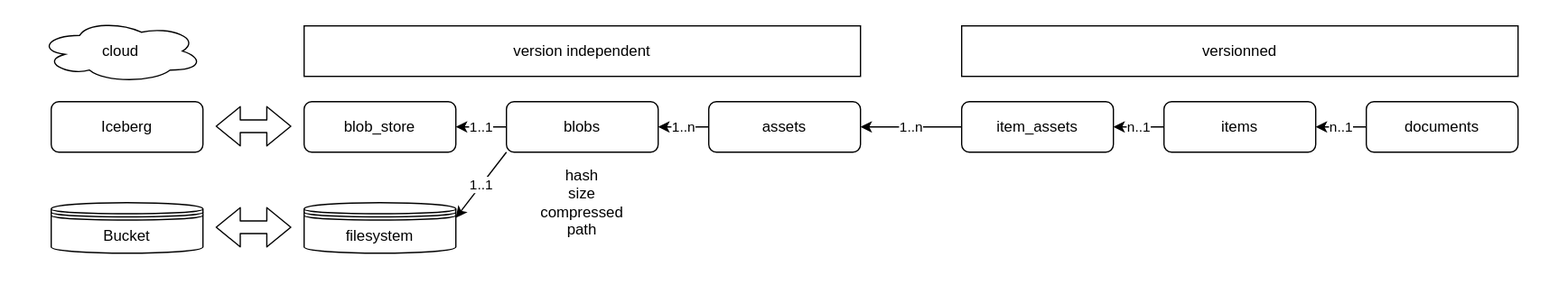
Before: design.drawio.svg, a diagram exported from draw.io (MicroWebStacks/content-structure). Source tidied: cells renumbered, new cells last; positions are measured from the earlier drawing's top-left corner, leaving out a move shared by most shapes.
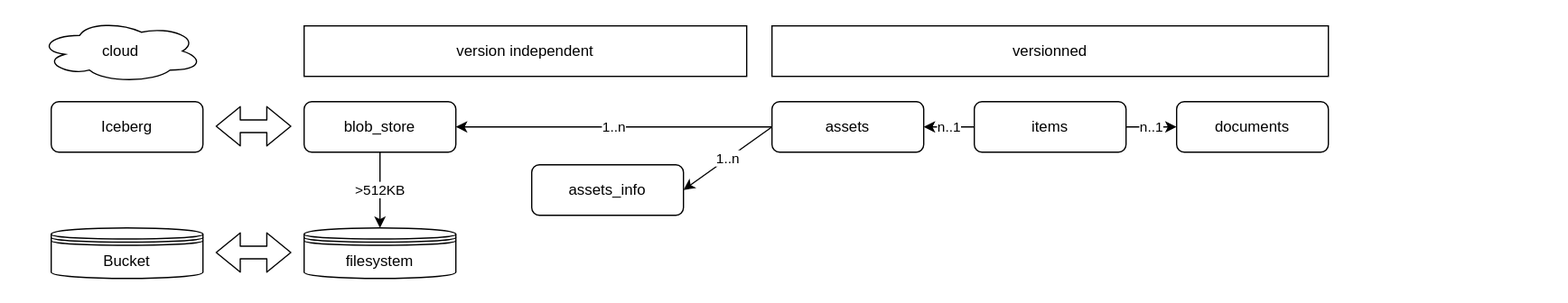
Later version of the same file.

Commit message:
feat: update package version and dependencies; refactor database item UID generation

The edit, as a diff of the source:
```diff
@@ -5,35 +5,29 @@
     <mxCell id="2" style="rounded=0;whiteSpace=wrap;html=1;strokeColor=none;" parent="1" vertex="1">
       <mxGeometry width="1240" height="240" as="geometry" />
     </mxCell>
-    <mxCell id="3" value="1..1" style="edgeStyle=none;html=1;exitX=0;exitY=0.5;exitDx=0;exitDy=0;entryX=1;entryY=0.5;entryDx=0;entryDy=0;" parent="1" edge="1" source="5" target="9">
+    <mxCell id="3" value="1..n" style="edgeStyle=none;html=1;exitX=0;exitY=0.5;exitDx=0;exitDy=0;entryX=1;entryY=0.5;entryDx=0;entryDy=0;" parent="1" edge="1" source="21" target="9">
       <mxGeometry relative="1" as="geometry" />
     </mxCell>
-    <mxCell id="4" value="1..1" style="edgeStyle=none;html=1;exitX=0;exitY=1;exitDx=0;exitDy=0;entryX=1;entryY=0.3;entryDx=0;entryDy=0;" parent="1" edge="1" source="5" target="10">
-      <mxGeometry relative="1" as="geometry" />
-    </mxCell>
-    <mxCell id="5" value="blobs" style="rounded=1;whiteSpace=wrap;html=1;" parent="1" vertex="1">
-      <mxGeometry x="400" y="80" width="120" height="40" as="geometry" />
-    </mxCell>
-    <mxCell id="6" value="1..n" style="edgeStyle=none;html=1;exitX=0;exitY=0.5;exitDx=0;exitDy=0;entryX=1;entryY=0.5;entryDx=0;entryDy=0;" parent="1" edge="1" source="7" target="5">
-      <mxGeometry relative="1" as="geometry" />
-    </mxCell>
-    <mxCell id="7" value="assets" style="rounded=1;whiteSpace=wrap;html=1;" parent="1" vertex="1">
-      <mxGeometry x="560" y="80" width="120" height="40" as="geometry" />
+    <mxCell id="7" value="assets_info" style="rounded=1;whiteSpace=wrap;html=1;" parent="1" vertex="1">
+      <mxGeometry x="420" y="130" width="120" height="40" as="geometry" />
     </mxCell>
     <mxCell id="8" value="version independent" style="rounded=0;whiteSpace=wrap;html=1;" parent="1" vertex="1">
-      <mxGeometry x="240" y="20" width="440" height="40" as="geometry" />
+      <mxGeometry x="240" y="20" width="350" height="40" as="geometry" />
     </mxCell>
+    <mxCell id="24" value="&amp;gt;512KB" style="edgeStyle=none;html=1;exitX=0.5;exitY=1;exitDx=0;exitDy=0;entryX=0.5;entryY=0;entryDx=0;entryDy=0;" parent="1" edge="1" source="9" target="10">
+      <mxGeometry relative="1" as="geometry" />
+    </mxCell>
     <mxCell id="9" value="blob_store" style="rounded=1;whiteSpace=wrap;html=1;" parent="1" vertex="1">
       <mxGeometry x="240" y="80" width="120" height="40" as="geometry" />
     </mxCell>
     <mxCell id="10" value="filesystem" style="shape=datastore;whiteSpace=wrap;html=1;" parent="1" vertex="1">
-      <mxGeometry x="240" y="160" width="120" height="40" as="geometry" />
+      <mxGeometry x="240" y="180" width="120" height="40" as="geometry" />
     </mxCell>
     <mxCell id="11" value="cloud" style="ellipse;shape=cloud;whiteSpace=wrap;html=1;" parent="1" vertex="1">
       <mxGeometry x="30" y="15" width="130" height="50" as="geometry" />
     </mxCell>
     <mxCell id="12" value="Bucket" style="shape=datastore;whiteSpace=wrap;html=1;" parent="1" vertex="1">
-      <mxGeometry x="40" y="160" width="120" height="40" as="geometry" />
+      <mxGeometry x="40" y="180" width="120" height="40" as="geometry" />
     </mxCell>
     <mxCell id="13" value="Iceberg" style="rounded=1;whiteSpace=wrap;html=1;" parent="1" vertex="1">
       <mxGeometry x="40" y="80" width="120" height="40" as="geometry" />
@@ -46,33 +40,30 @@
     </mxCell>
     <mxCell id="15" style="shape=flexArrow;endArrow=classic;startArrow=classic;html=1;" parent="1" edge="1">
       <mxGeometry relative="1" as="geometry">
-        <mxPoint x="170" y="179.5" as="sourcePoint" />
-        <mxPoint x="230" y="179.5" as="targetPoint" />
+        <mxPoint x="170" y="199.5" as="sourcePoint" />
+        <mxPoint x="230" y="199.5" as="targetPoint" />
       </mxGeometry>
     </mxCell>
-    <mxCell id="16" value="n..1" style="edgeStyle=none;html=1;exitX=0;exitY=0.5;exitDx=0;exitDy=0;entryX=1;entryY=0.5;entryDx=0;entryDy=0;" parent="1" edge="1" source="17" target="19">
-      <mxGeometry relative="1" as="geometry" />
-    </mxCell>
     <mxCell id="17" value="documents" style="rounded=1;whiteSpace=wrap;html=1;" parent="1" vertex="1">
-      <mxGeometry x="1080" y="80" width="120" height="40" as="geometry" />
+      <mxGeometry x="930" y="80" width="120" height="40" as="geometry" />
     </mxCell>
     <mxCell id="18" value="n..1" style="edgeStyle=none;html=1;exitX=0;exitY=0.5;exitDx=0;exitDy=0;entryX=1;entryY=0.5;entryDx=0;entryDy=0;" parent="1" edge="1" source="19" target="21">
       <mxGeometry relative="1" as="geometry" />
     </mxCell>
+    <mxCell id="16" value="n..1" style="edgeStyle=none;html=1;exitX=1;exitY=0.5;exitDx=0;exitDy=0;entryX=0;entryY=0.5;entryDx=0;entryDy=0;" parent="1" edge="1" source="19" target="17">
+      <mxGeometry relative="1" as="geometry" />
+    </mxCell>
     <mxCell id="19" value="items" style="rounded=1;whiteSpace=wrap;html=1;" parent="1" vertex="1">
-      <mxGeometry x="920" y="80" width="120" height="40" as="geometry" />
+      <mxGeometry x="770" y="80" width="120" height="40" as="geometry" />
     </mxCell>
     <mxCell id="20" value="1..n" style="edgeStyle=none;html=1;exitX=0;exitY=0.5;exitDx=0;exitDy=0;entryX=1;entryY=0.5;entryDx=0;entryDy=0;" parent="1" edge="1" source="21" target="7">
       <mxGeometry relative="1" as="geometry" />
     </mxCell>
-    <mxCell id="21" value="item_assets" style="rounded=1;whiteSpace=wrap;html=1;" parent="1" vertex="1">
-      <mxGeometry x="760" y="80" width="120" height="40" as="geometry" />
+    <mxCell id="21" value="assets" style="rounded=1;whiteSpace=wrap;html=1;" parent="1" vertex="1">
+      <mxGeometry x="610" y="80" width="120" height="40" as="geometry" />
     </mxCell>
     <mxCell id="22" value="versionned" style="rounded=0;whiteSpace=wrap;html=1;" parent="1" vertex="1">
-      <mxGeometry x="760" y="20" width="440" height="40" as="geometry" />
+      <mxGeometry x="610" y="20" width="440" height="40" as="geometry" />
     </mxCell>
-    <mxCell id="23" value="hash&lt;div&gt;size&lt;/div&gt;&lt;div&gt;compressed&lt;/div&gt;&lt;div&gt;path&lt;/div&gt;" style="text;html=1;align=center;verticalAlign=middle;whiteSpace=wrap;rounded=0;" parent="1" vertex="1">
-      <mxGeometry x="400" y="120" width="120" height="80" as="geometry" />
-    </mxCell>
   </root>
 </mxGraphModel>
```
